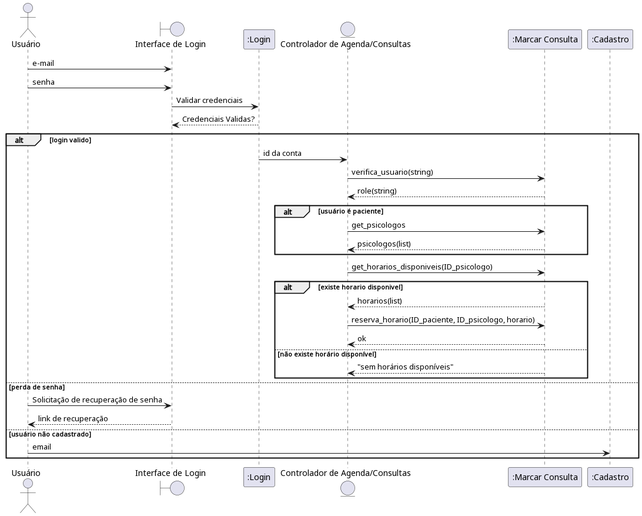
Above: out/diagrama_sequencia/diagrama_sequencia.png in catarinamoreiralima/apoo (PlantUML), before the change. The source it was exported from:
```plantuml
@startuml

actor       Usuário       as Foo1
boundary    "Interface de Login"    as Foo2
participant ":Login"     as Foo3
entity      "Controlador de Agenda/Consultas"      as Foo4
participant ":Marcar Consulta"     as Foo5
participant ":Cadastro" as Foo6

Foo1 -> Foo2 : e-mail
Foo1 -> Foo2 : senha
Foo2 -> Foo3 : Validar credenciais
Foo2 <-- Foo3 : Credenciais Validas?


alt login valido

    Foo3 -> Foo4: id da conta
    Foo4 -> Foo5 : verifica_usuario(string)
    Foo5 --> Foo4 : role(string)
    alt  usuário é paciente
        Foo4 -> Foo5 : get_psicologos
        Foo5 --> Foo4 : psicologos(list)
    end

    Foo4 -> Foo5 : get_horarios_disponiveis(ID_psicologo)


        alt existe horario disponivel
            Foo5 --> Foo4 : horarios(list)
            Foo4 -> Foo5 : reserva_horario(ID_paciente, ID_psicologo, horario)
            Foo5 --> Foo4 : ok
        else não existe horário disponível
            Foo5 --> Foo4 : "sem horários disponíveis"
        end

else perda de senha

Foo1 -> Foo2: Solicitação de recuperação de senha


Foo2 --> Foo1: link de recuperação



else usuário não cadastrado

Foo1 -> Foo6 : email

    end

@enduml
```
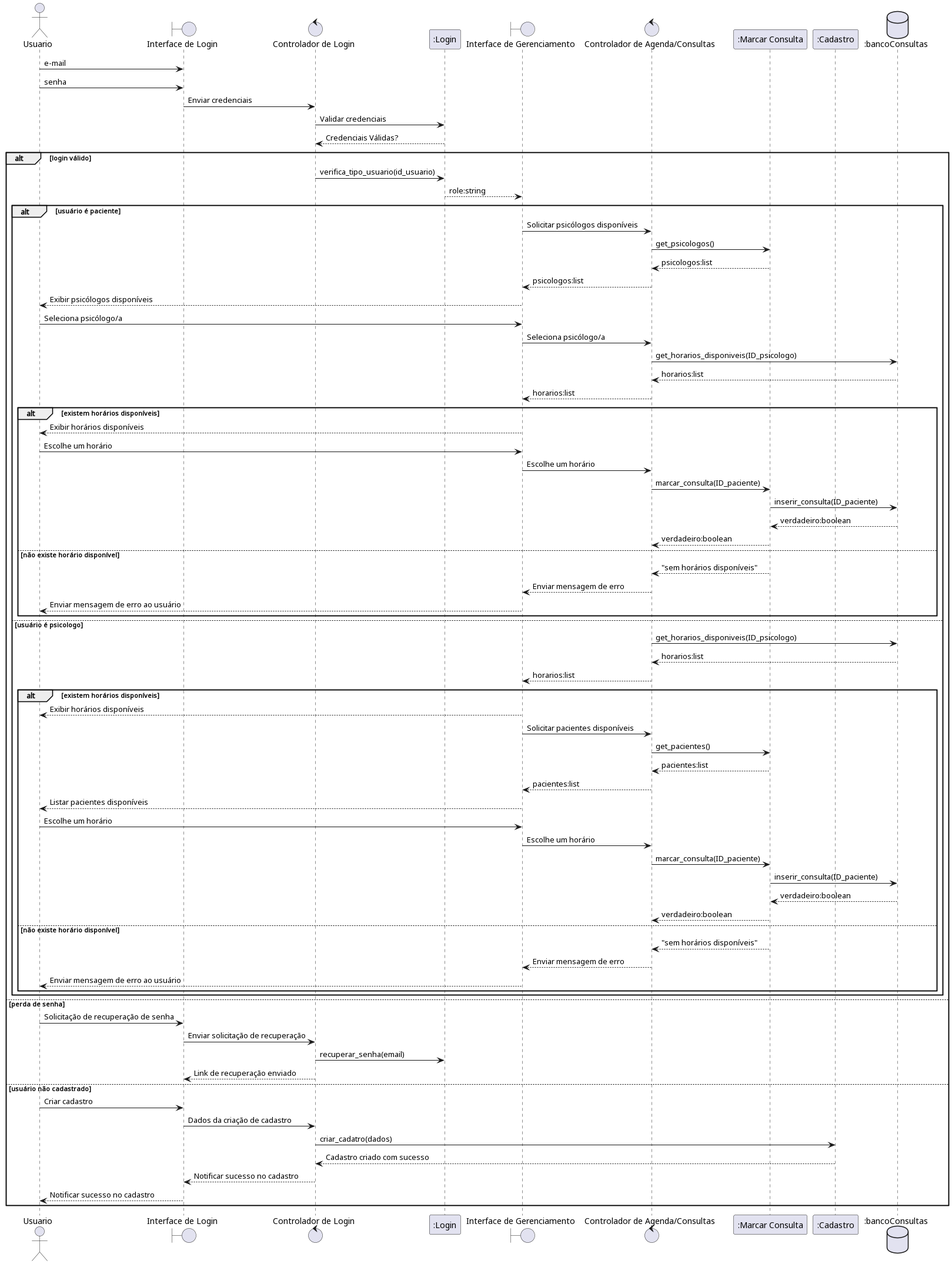
Above is the later version.

Change to the diagram source:
```diff
@@ -1,52 +1,105 @@
 @startuml
-
-actor       Usuário       as Foo1
-boundary    "Interface de Login"    as Foo2
-participant ":Login"     as Foo3
-entity      "Controlador de Agenda/Consultas"      as Foo4
-participant ":Marcar Consulta"     as Foo5
+actor Usuario as Foo1
+boundary "Interface de Login" as Foo2
+control "Controlador de Login" as FooCtrl
+participant ":Login" as Foo3
+boundary "Interface de Gerenciamento" as Foo9
+control "Controlador de Agenda/Consultas" as Foo4
+participant ":Marcar Consulta" as Foo5
 participant ":Cadastro" as Foo6
+database ":bancoConsultas" as Foo7
 
 Foo1 -> Foo2 : e-mail
 Foo1 -> Foo2 : senha
-Foo2 -> Foo3 : Validar credenciais
-Foo2 <-- Foo3 : Credenciais Validas?
+Foo2 -> FooCtrl : Enviar credenciais
+FooCtrl -> Foo3 : Validar credenciais
+FooCtrl <-- Foo3 : Credenciais Válidas?
+
+alt login válido
+
+    FooCtrl -> Foo3: verifica_tipo_usuario(id_usuario)
+    Foo3 --> Foo9 : role:string
+
+    alt usuário é paciente
+        Foo9 -> Foo4 : Solicitar psicólogos disponíveis
+        Foo4 -> Foo5 : get_psicologos()
+        Foo5 --> Foo4 : psicologos:list
+        Foo4 --> Foo9 : psicologos:list
+        Foo9 --> Foo1 : Exibir psicólogos disponíveis
+
+        Foo1 -> Foo9 : Seleciona psicólogo/a
+        Foo9 -> Foo4 : Seleciona psicólogo/a
+        Foo4 -> Foo7 : get_horarios_disponiveis(ID_psicologo)
+        Foo7 --> Foo4 : horarios:list
+        Foo4 --> Foo9 : horarios:list
+
+        alt existem horários disponíveis
+
+            Foo9 --> Foo1 : Exibir horários disponíveis
+
+            Foo1 -> Foo9 : Escolhe um horário
+            Foo9 -> Foo4 : Escolhe um horário
+            Foo4 -> Foo5 : marcar_consulta(ID_paciente)
+            Foo5 -> Foo7 : inserir_consulta(ID_paciente)
+            Foo7 --> Foo5 : verdadeiro:boolean
+            Foo5 --> Foo4 : verdadeiro:boolean
+
+        else não existe horário disponível
+            Foo5 --> Foo4 : "sem horários disponíveis"
+            Foo4 --> Foo9 : Enviar mensagem de erro
+            Foo9 --> Foo1 : Enviar mensagem de erro ao usuário
+
+        end
+
+    else usuário é psicologo
+
+        Foo4 -> Foo7 : get_horarios_disponiveis(ID_psicologo)
+        Foo7 --> Foo4 : horarios:list
+        Foo4 --> Foo9 : horarios:list
+
+        alt existem horários disponíveis
+            Foo9 --> Foo1 : Exibir horários disponíveis
+
+            Foo9 -> Foo4 : Solicitar pacientes disponíveis
+            Foo4 -> Foo5 : get_pacientes()
+            Foo5 --> Foo4 : pacientes:list
+            Foo4 --> Foo9 : pacientes:list
+            Foo9 --> Foo1 : Listar pacientes disponíveis
+
+            Foo1 -> Foo9 : Escolhe um horário
+            Foo9 -> Foo4 : Escolhe um horário
+            Foo4 -> Foo5 : marcar_consulta(ID_paciente)
+            Foo5 -> Foo7 : inserir_consulta(ID_paciente)
+            Foo7 --> Foo5 : verdadeiro:boolean
+            Foo5 --> Foo4 : verdadeiro:boolean
+
+        else não existe horário disponível
+            Foo5 --> Foo4 : "sem horários disponíveis"
+            Foo4 --> Foo9 : Enviar mensagem de erro
+            Foo9 --> Foo1 : Enviar mensagem de erro ao usuário
+
+        end
+
+    end
 
 
-alt login valido
 
-    Foo3 -> Foo4: id da conta
-    Foo4 -> Foo5 : verifica_usuario(string)
-    Foo5 --> Foo4 : role(string)
-    alt  usuário é paciente
-        Foo4 -> Foo5 : get_psicologos
-        Foo5 --> Foo4 : psicologos(list)
-    end
-
-    Foo4 -> Foo5 : get_horarios_disponiveis(ID_psicologo)
-
-
-        alt existe horario disponivel
-            Foo5 --> Foo4 : horarios(list)
-            Foo4 -> Foo5 : reserva_horario(ID_paciente, ID_psicologo, horario)
-            Foo5 --> Foo4 : ok
-        else não existe horário disponível
-            Foo5 --> Foo4 : "sem horários disponíveis"
-        end
 
 else perda de senha
 
-Foo1 -> Foo2: Solicitação de recuperação de senha
-
-
-Foo2 --> Foo1: link de recuperação
-
-
+    Foo1 -> Foo2 : Solicitação de recuperação de senha
+    Foo2 -> FooCtrl : Enviar solicitação de recuperação
+    FooCtrl -> Foo3 : recuperar_senha(email)
+    FooCtrl --> Foo2 : Link de recuperação enviado
 
 else usuário não cadastrado
 
-Foo1 -> Foo6 : email
+    Foo1 -> Foo2 : Criar cadastro
+    Foo2 -> FooCtrl : Dados da criação de cadastro
+    FooCtrl -> Foo6 : criar_cadatro(dados)
+    Foo6 --> FooCtrl : Cadastro criado com sucesso
+    FooCtrl --> Foo2 : Notificar sucesso no cadastro
+    Foo2 --> Foo1 : Notificar sucesso no cadastro
 
-    end
-
+end
 @enduml
```
